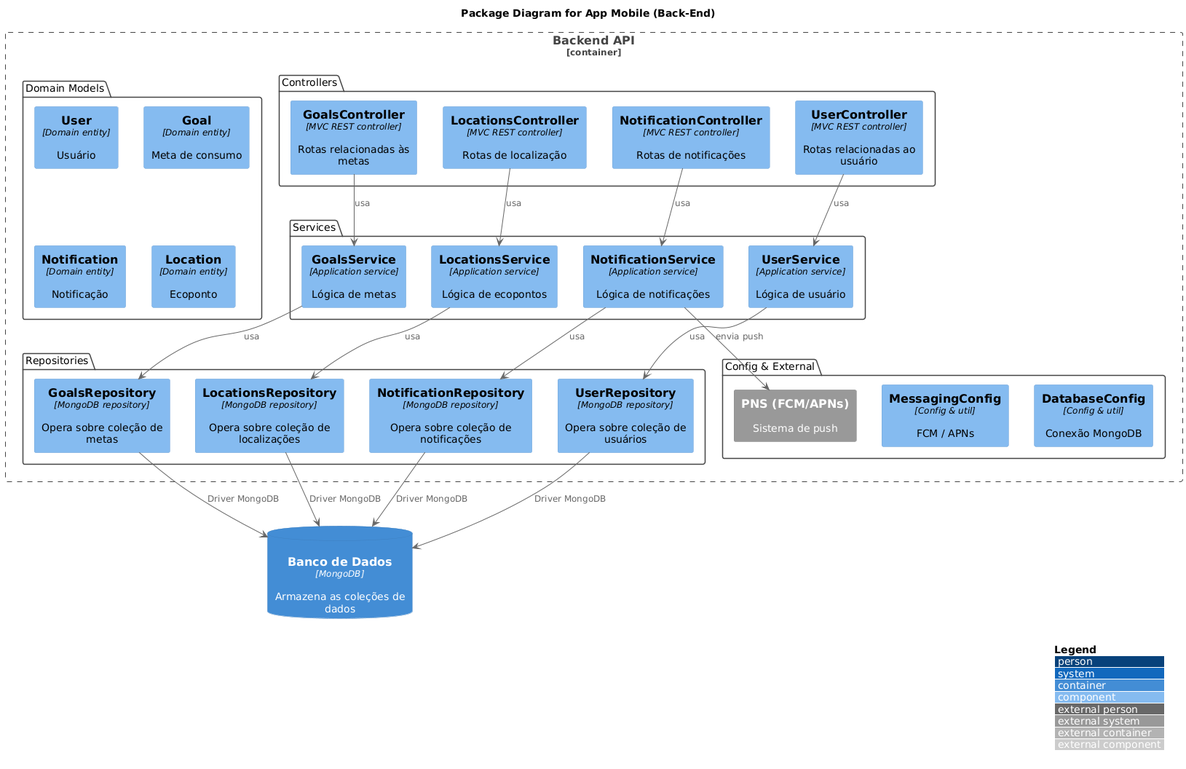
Before: trabalho_final/diagramas/imagens/backend_package.png, a diagram exported from PlantUML (gilmarUFG/as_es_20251_g9). The source it was exported from:
```plantuml
@startuml
!theme C4_blue from https://raw.githubusercontent.com/plantuml-stdlib/C4-PlantUML/master/themes
!include https://raw.githubusercontent.com/plantuml-stdlib/C4-PlantUML/master/C4_Component.puml
LAYOUT_WITH_LEGEND()
title Package Diagram for App Mobile (Back-End)

Container_Boundary(backend, "Backend API") {
  package "Controllers" {
    Component(userController, "UserController", "MVC REST controller", "Rotas relacionadas ao usuário")
    Component(goalsController, "GoalsController", "MVC REST controller", "Rotas relacionadas às metas")
    Component(notificationController, "NotificationController", "MVC REST controller", "Rotas de notificações")
    Component(locationsController, "LocationsController", "MVC REST controller", "Rotas de localização")
  }
  package "Services" {
    Component(userService, "UserService", "Application service", "Lógica de usuário")
    Component(goalsService, "GoalsService", "Application service", "Lógica de metas")
    Component(notificationService, "NotificationService", "Application service", "Lógica de notificações")
    Component(locationsService, "LocationsService", "Application service", "Lógica de ecopontos")
  }
  package "Repositories" {
    Component(userRepo, "UserRepository", "MongoDB repository", "Opera sobre coleção de usuários")
    Component(goalsRepo, "GoalsRepository", "MongoDB repository", "Opera sobre coleção de metas")
    Component(notificationRepo, "NotificationRepository", "MongoDB repository", "Opera sobre coleção de notificações")
    Component(locationsRepo, "LocationsRepository", "MongoDB repository", "Opera sobre coleção de localizações")
  }
  package "Domain Models" {
    Component(userModel, "User", "Domain entity", "Usuário")
    Component(goalModel, "Goal", "Domain entity", "Meta de consumo")
    Component(notificationModel, "Notification", "Domain entity", "Notificação")
    Component(locationModel, "Location", "Domain entity", "Ecoponto")
  }
  package "Config & External" {
    Component(dbConfig, "DatabaseConfig", "Config & util", "Conexão MongoDB")
    Component(msgConfig, "MessagingConfig", "Config & util", "FCM / APNs")
    System_Ext(pns, "PNS (FCM/APNs)", "Sistema de push")
  }
}

ContainerDb(db, "Banco de Dados", "MongoDB", "Armazena as coleções de dados", $sprite="mongodb")

userController --> userService : "usa"
goalsController --> goalsService : "usa"
notificationController --> notificationService : "usa"
locationsController --> locationsService : "usa"

userService --> userRepo : "usa"
goalsService --> goalsRepo : "usa"
notificationService --> notificationRepo : "usa"
locationsService --> locationsRepo : "usa"

userRepo --> db : "Driver MongoDB"
goalsRepo --> db : "Driver MongoDB"
notificationRepo --> db : "Driver MongoDB"
locationsRepo --> db : "Driver MongoDB"

notificationService --> pns : "envia push"
@enduml
```
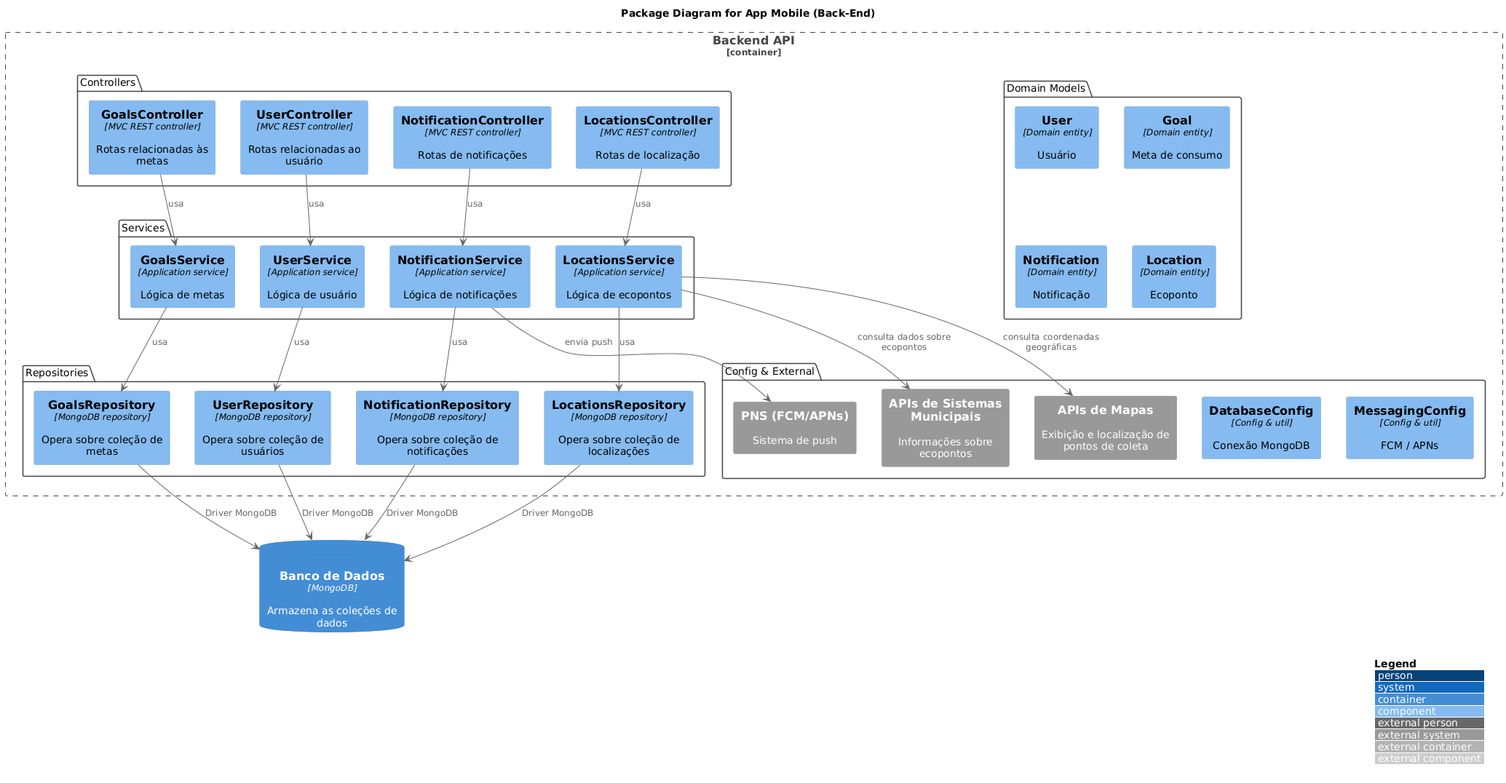
After the change.

What changed in the source:
```diff
@@ -30,9 +30,11 @@
     Component(locationModel, "Location", "Domain entity", "Ecoponto")
   }
   package "Config & External" {
+    System_Ext(pns, "PNS (FCM/APNs)", "Sistema de push")
+    System_Ext(municipalSystems, "APIs de Sistemas Municipais", "Informações sobre ecopontos")
+    System_Ext(mapApis, "APIs de Mapas", "Exibição e localização de pontos de coleta")
     Component(dbConfig, "DatabaseConfig", "Config & util", "Conexão MongoDB")
     Component(msgConfig, "MessagingConfig", "Config & util", "FCM / APNs")
-    System_Ext(pns, "PNS (FCM/APNs)", "Sistema de push")
   }
 }
 
@@ -54,4 +56,6 @@
 locationsRepo --> db : "Driver MongoDB"
 
 notificationService --> pns : "envia push"
+locationsService --> municipalSystems : "consulta dados sobre ecopontos"
+locationsService --> mapApis : "consulta coordenadas geográficas"
 @enduml
```
